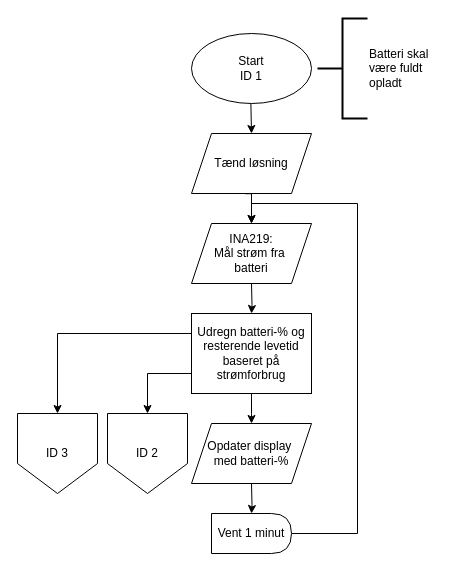
Above: page "ID 1" (1 of 10) of Samlet løsning/Samlet Flowchart.drawio in KEA-E24-B9-IOT1/E24-B9-IoT1 (draw.io), before the change. Source tidied: cells renumbered, new cells numbered last; positions are measured from the earlier drawing's top-left corner, leaving out a move shared by most shapes. Both pictures are drawn from the tidied source at 100%, with x=0, y=0 at pixel (17, 18).
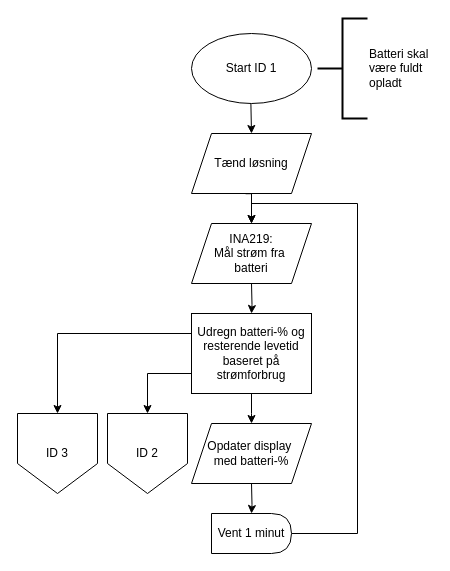
After the change.

Change to the diagram source:
```diff
@@
-    <mxCell id="2" value="Start&lt;div&gt;ID 1&lt;/div&gt;" style="ellipse;whiteSpace=wrap;html=1;" parent="1" vertex="1">
+    <mxCell id="2" value="Start&amp;nbsp;&lt;span style=&quot;background-color: initial;&quot;&gt;ID 1&lt;/span&gt;" style="ellipse;whiteSpace=wrap;html=1;" parent="1" vertex="1">
       <mxGeometry x="174" y="15" width="120" height="70" as="geometry" />
     </mxCell>
```
